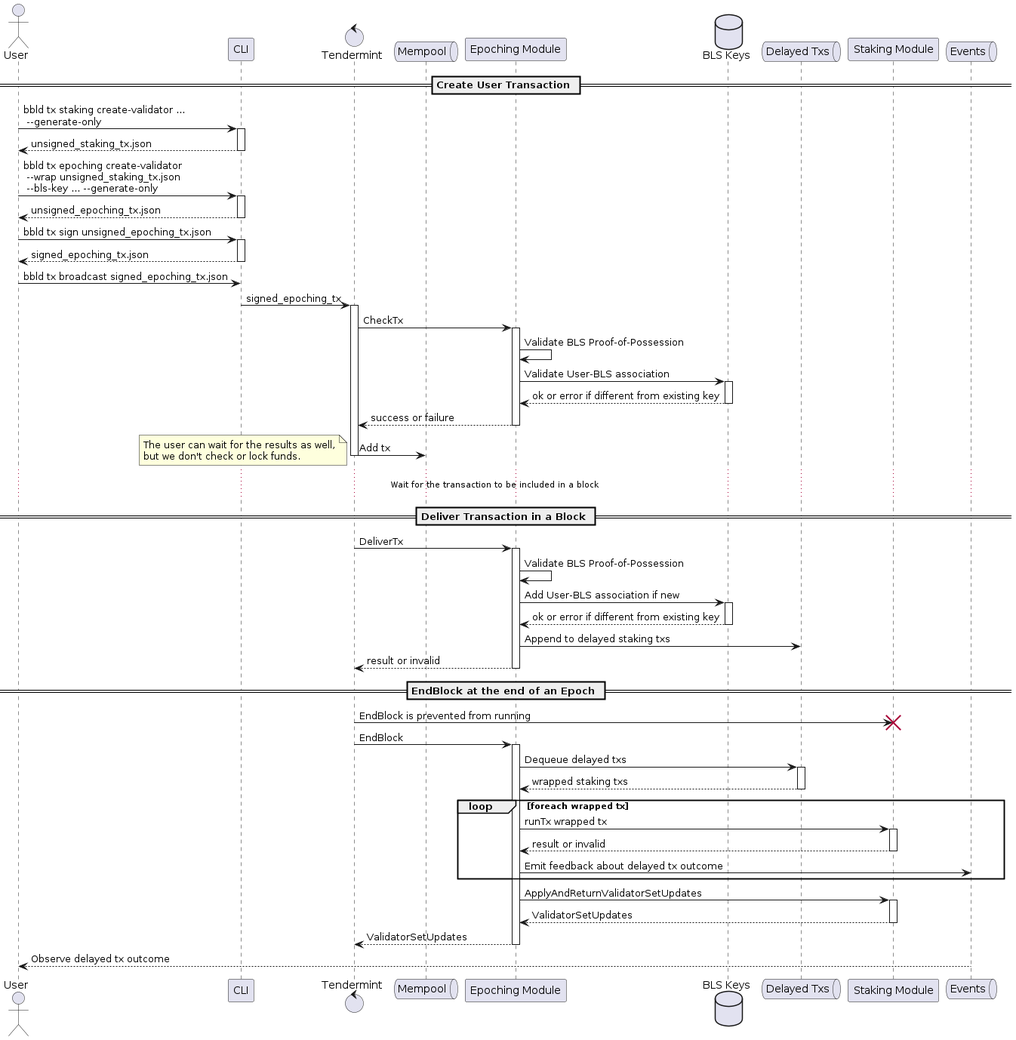
This is docs/diagrams/validator_registration.png from babylonchain/babylon, a PlantUML export, as it was before one commit.
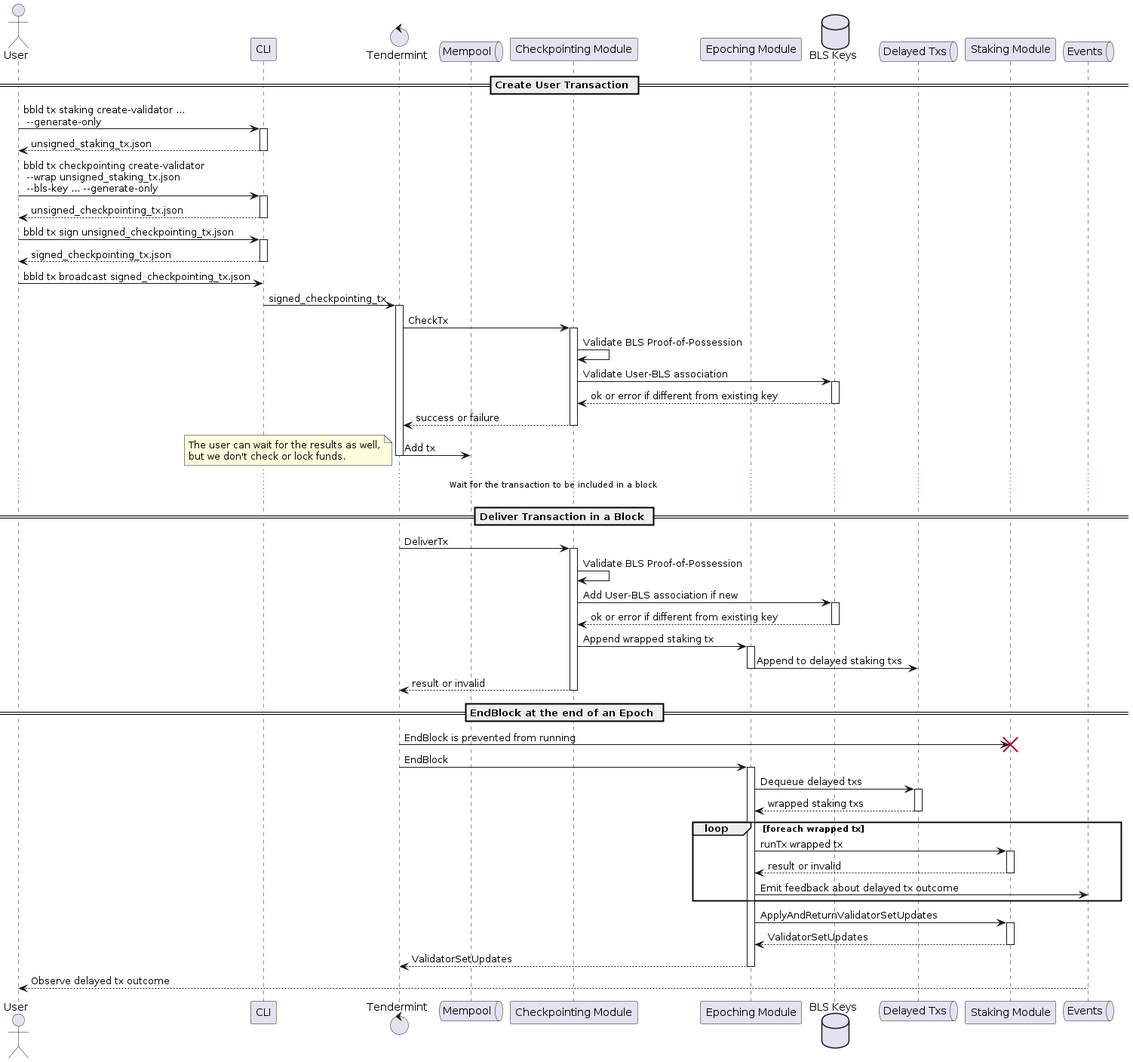
Above is the later version.

Commit message:
BM-4: Move BLS related transactions to checkpointing.

The edit, as a diff of the source:
```diff
@@ -3,6 +3,7 @@
 participant CLI
 control     Tendermint
 queue       Mempool
+participant "Checkpointing Module" as checkpointing
 participant "Epoching Module" as epoching
 database    "BLS Keys"        as blskeys
 queue       "Delayed Txs"     as delayedtxs
@@ -13,16 +14,16 @@
 
 User -> CLI ++ : bbld tx staking create-validator ... \n --generate-only
 return unsigned_staking_tx.json
-User -> CLI ++ : bbld tx epoching create-validator \n ~--wrap unsigned_staking_tx.json \n ~--bls-key ... --generate-only
-return unsigned_epoching_tx.json
-User -> CLI ++ : bbld tx sign unsigned_epoching_tx.json
-return signed_epoching_tx.json
-User -> CLI : bbld tx broadcast signed_epoching_tx.json
+User -> CLI ++ : bbld tx checkpointing create-validator \n ~--wrap unsigned_staking_tx.json \n ~--bls-key ... --generate-only
+return unsigned_checkpointing_tx.json
+User -> CLI ++ : bbld tx sign unsigned_checkpointing_tx.json
+return signed_checkpointing_tx.json
+User -> CLI : bbld tx broadcast signed_checkpointing_tx.json
 
-CLI -> Tendermint ++ : signed_epoching_tx
-Tendermint -> epoching ++ : CheckTx
-epoching -> epoching : Validate BLS Proof-of-Possession
-epoching -> blskeys ++ : Validate User-BLS association
+CLI -> Tendermint ++ : signed_checkpointing_tx
+Tendermint -> checkpointing ++ : CheckTx
+checkpointing -> checkpointing : Validate BLS Proof-of-Possession
+checkpointing -> blskeys ++ : Validate User-BLS association
 return ok or error if different from existing key
 return success or failure
 Tendermint -> Mempool : Add tx
@@ -36,11 +37,13 @@
 
 == Deliver Transaction in a Block ==
 
-Tendermint -> epoching ++ : DeliverTx
-epoching -> epoching : Validate BLS Proof-of-Possession
-epoching -> blskeys ++ : Add User-BLS association if new
+Tendermint -> checkpointing ++ : DeliverTx
+checkpointing -> checkpointing : Validate BLS Proof-of-Possession
+checkpointing -> blskeys ++ : Add User-BLS association if new
 return ok or error if different from existing key
-epoching -> delayedtxs : Append to delayed staking txs
+checkpointing -> epoching ++ : Append wrapped staking tx
+epoching -> delayedtxs -- : Append to delayed staking txs
+
 return result or invalid
 
 == EndBlock at the end of an Epoch ==
```
